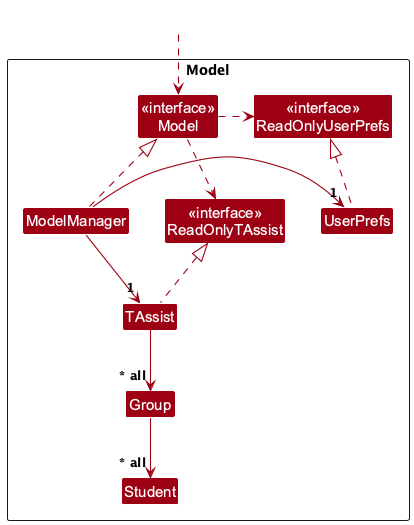
The PlantUML diagram docs/images/ModelClassDiagram.png in AY2627S1-CS2103T-T12-4/tp, before a commit.
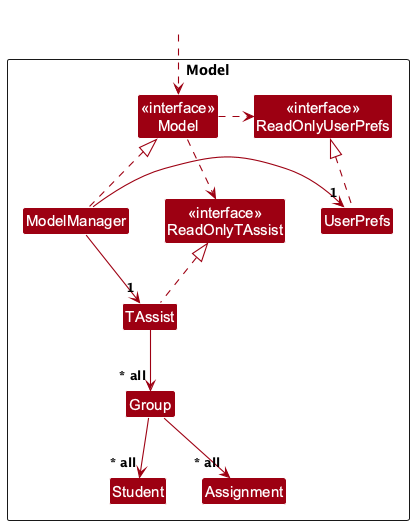
Above is the later version.

Commit message:
Update DG for assignment records and group export

Diff of the diagram source:
```diff
@@ -13,6 +13,7 @@
 Class UserPrefs
 Class Group
 Class Student
+Class Assignment
 }
 
 Class HiddenOutside #FFFFFF
@@ -27,4 +28,5 @@
 UserPrefs .up.|> ReadOnlyUserPrefs
 TAssist --> "~* all" Group
 Group --> "~* all" Student
+Group --> "~* all" Assignment
 @enduml
```
